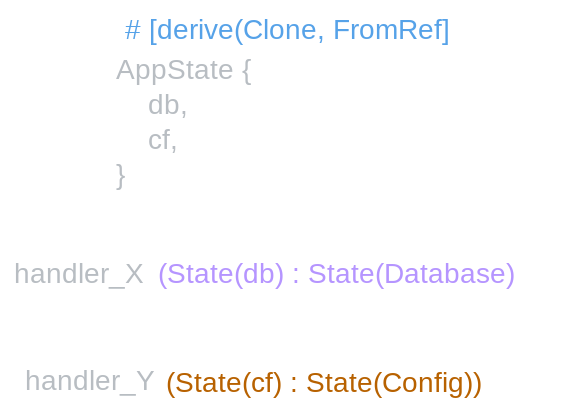
The Excalidraw diagram rust/axum/images/fromref_solution.excalidraw.svg in htgithub194/htgithub194.github.io, before a commit. Source tidied: one line per element, renumbered; positions are measured from the earlier drawing's top-left corner, leaving out a move shared by most shapes. Source of this version:
```json
{"id": 0, "type": "text", "text": "(State(db) : State(Database)", "strokeColor": "#6741d9", "strokeWidth": 1, "strokeStyle": "dashed", "roughness": 0, "fontSize": 20, "fontFamily": 5, "x": 103, "y": 175, "width": 295, "height": 25}
{"id": 1, "type": "text", "text": "(State(cf) : State(Config))", "strokeColor": "#f08c00", "strokeWidth": 1, "strokeStyle": "dashed", "roughness": 0, "fontSize": 20, "fontFamily": 5, "x": 108, "y": 252, "width": 266, "height": 25}
{"id": 2, "type": "text", "text": "AppState {\n    db,\n    cf,\n}", "strokeColor": "#343a40", "strokeWidth": 1, "strokeStyle": "dashed", "roughness": 0, "fontSize": 20, "fontFamily": 5, "x": 73, "y": 29, "width": 110, "height": 100}
{"id": 3, "type": "text", "text": "# [derive(Clone, FromRef]", "strokeColor": "#1971c2", "strokeWidth": 2, "roughness": 1, "fontSize": 20, "fontFamily": 5, "x": 79, "y": 0, "width": 254, "height": 25}
{"id": 4, "type": "text", "text": "handler_Y", "strokeColor": "#343a40", "strokeWidth": 2, "roughness": 1, "fontSize": 20, "fontFamily": 5, "x": 7, "y": 251, "width": 94, "height": 25}
{"id": 5, "type": "text", "text": "handler_X", "strokeColor": "#343a40", "strokeWidth": 2, "roughness": 1, "fontSize": 20, "fontFamily": 5, "x": 0, "y": 174, "width": 95, "height": 25}
```
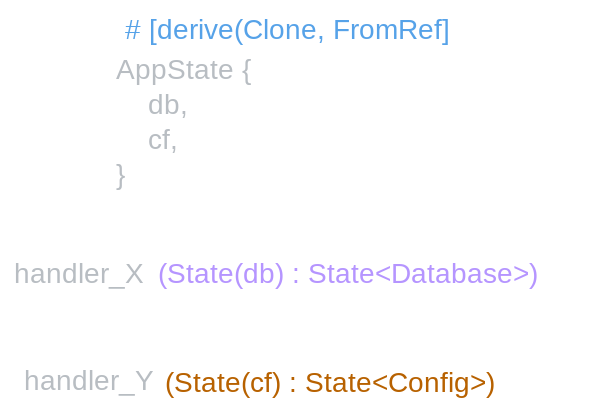
After the change.

What changed in the source:
```diff
@@ -1,5 +1,5 @@
-{"id": 0, "type": "text", "text": "(State(db) : State(Database)", "strokeColor": "#6741d9", "strokeWidth": 1, "strokeStyle": "dashed", "roughness": 0, "fontSize": 20, "fontFamily": 5, "x": 103, "y": 175, "width": 295, "height": 25}
+{"id": 0, "type": "text", "text": "(State(db) : State<Database>)", "strokeColor": "#6741d9", "strokeWidth": 1, "strokeStyle": "dashed", "roughness": 0, "fontSize": 20, "fontFamily": 5, "x": 103, "y": 175, "width": 308, "height": 25}
-{"id": 1, "type": "text", "text": "(State(cf) : State(Config))", "strokeColor": "#f08c00", "strokeWidth": 1, "strokeStyle": "dashed", "roughness": 0, "fontSize": 20, "fontFamily": 5, "x": 108, "y": 252, "width": 266, "height": 25}
+{"id": 1, "type": "text", "text": "(State(cf) : State<Config>)", "strokeColor": "#f08c00", "strokeWidth": 1, "strokeStyle": "dashed", "roughness": 0, "fontSize": 20, "fontFamily": 5, "x": 108, "y": 252, "width": 272, "height": 25}
 {"id": 2, "type": "text", "text": "AppState {\n    db,\n    cf,\n}", "strokeColor": "#343a40", "strokeWidth": 1, "strokeStyle": "dashed", "roughness": 0, "fontSize": 20, "fontFamily": 5, "x": 73, "y": 29, "width": 110, "height": 100}
 {"id": 3, "type": "text", "text": "# [derive(Clone, FromRef]", "strokeColor": "#1971c2", "strokeWidth": 2, "roughness": 1, "fontSize": 20, "fontFamily": 5, "x": 79, "y": 0, "width": 254, "height": 25}
 {"id": 4, "type": "text", "text": "handler_Y", "strokeColor": "#343a40", "strokeWidth": 2, "roughness": 1, "fontSize": 20, "fontFamily": 5, "x": 7, "y": 251, "width": 94, "height": 25}
```
